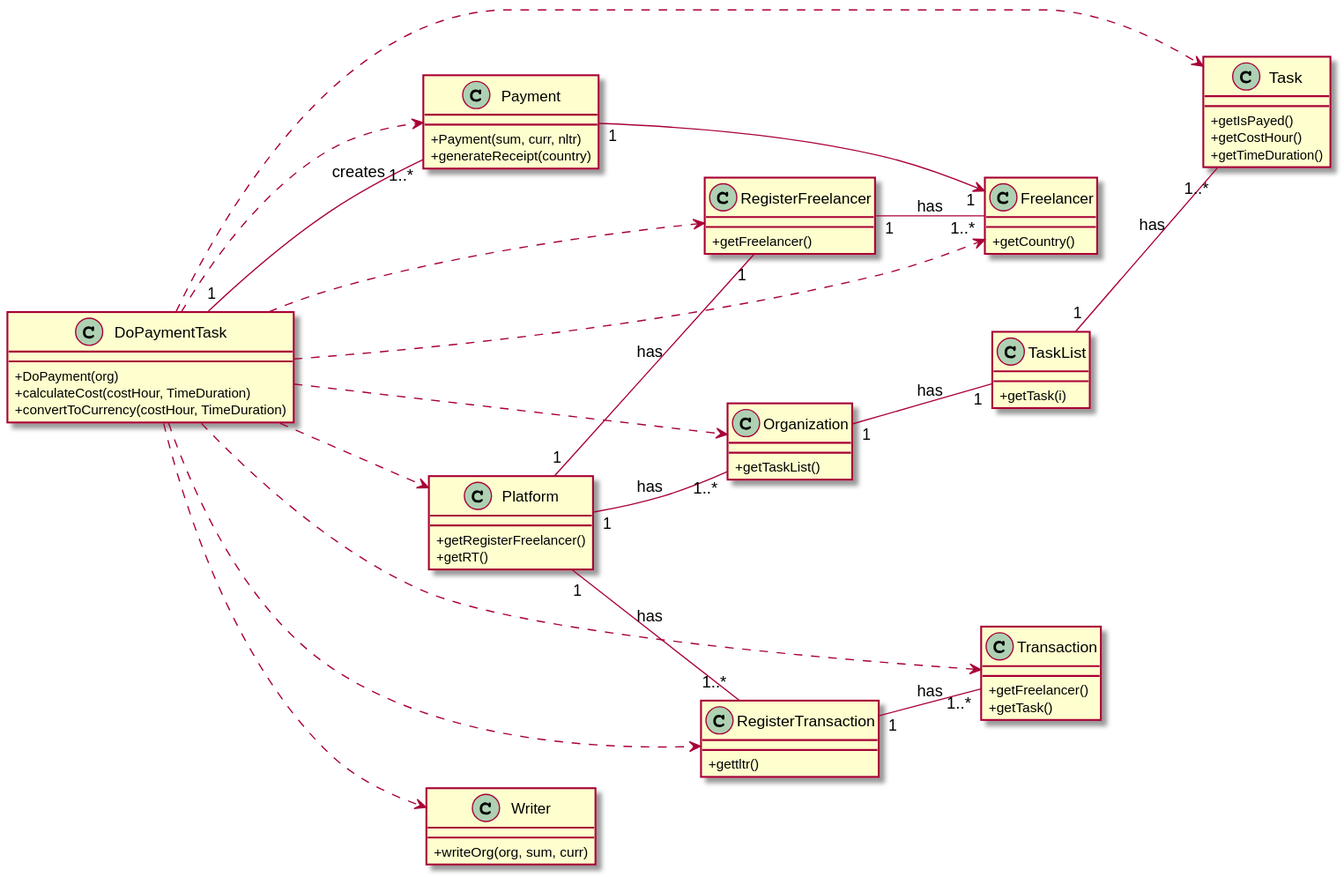
Above: docs/UC7 - Do Payment Automatically/UC7_CD_REF1.svg in 1190452/LAPR2 (PlantUML), before the change. Its diagram source:
```plantuml
@startuml

skinparam classAttributeIconSize 0
left to right direction


class DoPaymentTask{
    +DoPayment(org)
    +calculateCost(costHour, TimeDuration)
    +convertToCurrency(costHour, TimeDuration)
}

class Platform{
    +getRegisterFreelancer()
    +getRT()
}

class Organization{

    +getTaskList()
}

class RegisterFreelancer{
    +getFreelancer()
}



class Freelancer{
    +getCountry()
}

class TaskList{
    +getTask(i)
}

class Task{
    +getIsPayed()
    +getCostHour()
    +getTimeDuration()
}

class RegisterTransaction{
    +gettltr()
}

class Transaction {
    +getFreelancer()
    +getTask()
}

class Payment{
    +Payment(sum, curr, nltr)
    +generateReceipt(country)
}

class Writer{
    +writeOrg(org, sum, curr)
}

DoPaymentTask ..> Platform
DoPaymentTask ..> Organization
Platform "1" -- "1" RegisterFreelancer : has
RegisterFreelancer "1" -- "1..*" Freelancer : has
Organization "1" -- "1" TaskList : has
TaskList "1" -- "1..*" Task : has
Platform "1" -- "1..*" Organization : has
Platform "1" -- "1..*" RegisterTransaction : has
RegisterTransaction "1" -- "1..*" Transaction : has
DoPaymentTask ..> RegisterFreelancer
DoPaymentTask ..> Task
DoPaymentTask ..> RegisterTransaction
DoPaymentTask ..> Transaction
DoPaymentTask ..> Freelancer
DoPaymentTask "1" -- "1..*" Payment : creates
DoPaymentTask ..> Payment
Payment "1" --> "1" Freelancer
DoPaymentTask ..> Writer

@enduml
```
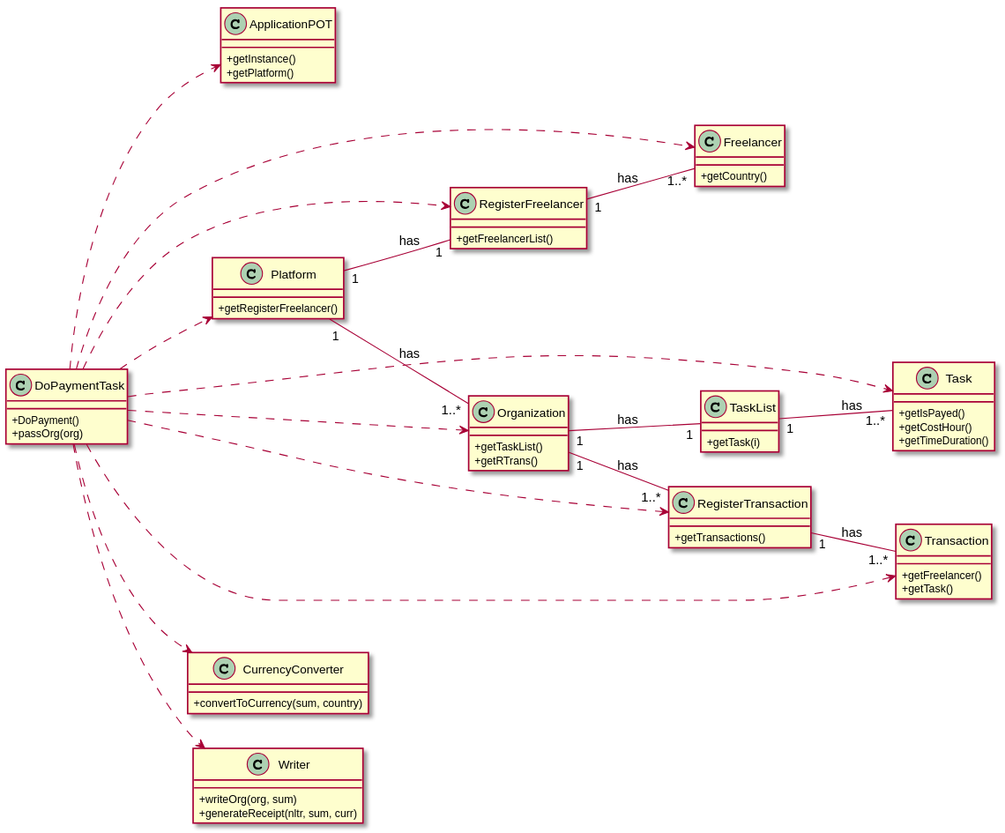
The same file after the commit.

Diff of the diagram source:
```diff
@@ -3,28 +3,28 @@
 skinparam classAttributeIconSize 0
 left to right direction
 
+class ApplicationPOT{
+    +getInstance()
+    +getPlatform()
+}
 
 class DoPaymentTask{
-    +DoPayment(org)
-    +calculateCost(costHour, TimeDuration)
-    +convertToCurrency(costHour, TimeDuration)
+    +DoPayment()
+    +passOrg(org)
 }
 
 class Platform{
     +getRegisterFreelancer()
-    +getRT()
 }
 
 class Organization{
-
     +getTaskList()
+    +getRTrans()
 }
 
 class RegisterFreelancer{
-    +getFreelancer()
+    +getFreelancerList()
 }
-
-
 
 class Freelancer{
     +getCountry()
@@ -41,7 +41,7 @@
 }
 
 class RegisterTransaction{
-    +gettltr()
+    +getTransactions()
 }
 
 class Transaction {
@@ -49,15 +49,16 @@
     +getTask()
 }
 
-class Payment{
-    +Payment(sum, curr, nltr)
-    +generateReceipt(country)
+class CurrencyConverter{
+    +convertToCurrency(sum, country)
 }
 
 class Writer{
-    +writeOrg(org, sum, curr)
+    +writeOrg(org, sum)
+    +generateReceipt(nltr, sum, curr)
 }
 
+DoPaymentTask ..> ApplicationPOT
 DoPaymentTask ..> Platform
 DoPaymentTask ..> Organization
 Platform "1" -- "1" RegisterFreelancer : has
@@ -65,16 +66,14 @@
 Organization "1" -- "1" TaskList : has
 TaskList "1" -- "1..*" Task : has
 Platform "1" -- "1..*" Organization : has
-Platform "1" -- "1..*" RegisterTransaction : has
+Organization "1" -- "1..*" RegisterTransaction : has
 RegisterTransaction "1" -- "1..*" Transaction : has
 DoPaymentTask ..> RegisterFreelancer
 DoPaymentTask ..> Task
 DoPaymentTask ..> RegisterTransaction
 DoPaymentTask ..> Transaction
 DoPaymentTask ..> Freelancer
-DoPaymentTask "1" -- "1..*" Payment : creates
-DoPaymentTask ..> Payment
-Payment "1" --> "1" Freelancer
 DoPaymentTask ..> Writer
+DoPaymentTask ..> CurrencyConverter
 
 @enduml
```
